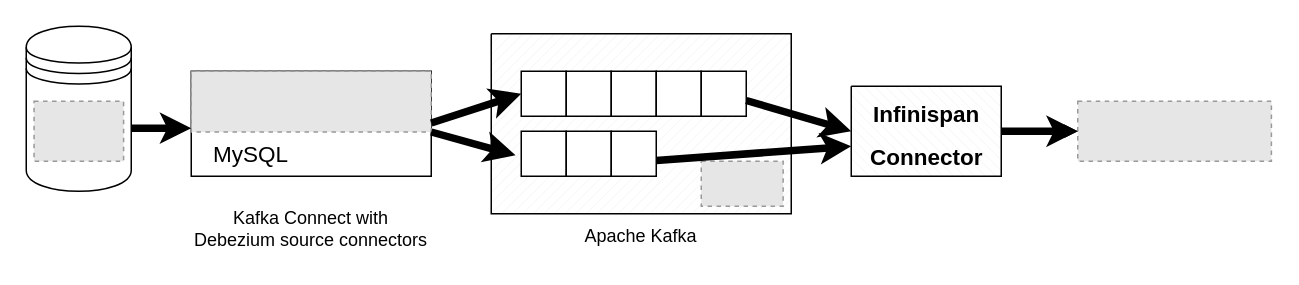
Above: dataPreparationGongshow.drawio in TangYunxuan/DataPreparation (draw.io), before the change. Source tidied: cells renumbered, new cells numbered last; positions are measured from the earlier drawing's top-left corner, leaving out a move shared by most shapes. Both pictures are drawn from the tidied source at 150%, with x=0, y=0 at pixel (26, 26). Pictures stored in the file or linked from it are replaced by grey dashed boxes.
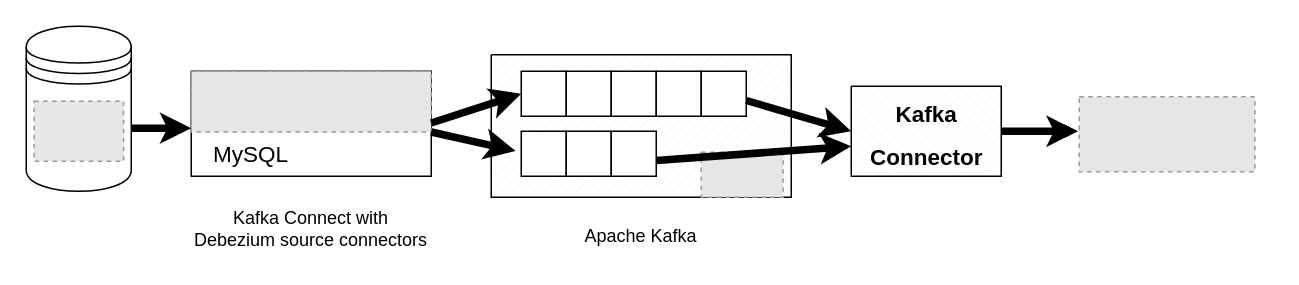
Above is the later version.

Unchanged cells that the change refers to:
```xml
<mxCell id="24" style="verticalLabelPosition=bottom;verticalAlign=top;html=1;shape=mxgraph.basic.patternFillRect;fillStyle=diagRev;step=5;fillStrokeWidth=0.2;fillStrokeColor=#dddddd;" parent="1" vertex="1">
  <mxGeometry x="550" y="40" width="100" height="60" as="geometry" />
</mxCell>
```

Change to the diagram source:
```diff
@@
     <mxCell id="9" style="verticalLabelPosition=bottom;verticalAlign=top;html=1;shape=mxgraph.basic.patternFillRect;fillStyle=diag;step=5;fillStrokeWidth=0.2;fillStrokeColor=#dddddd;" parent="1" vertex="1">
-      <mxGeometry x="310" y="5" width="200" height="120" as="geometry" />
+      <mxGeometry x="310" y="19" width="200" height="95" as="geometry" />
     </mxCell>
     <mxCell id="10" style="fillColor=#E6E6E6;strokeColor=#999999;dashed=1;verticalLabelPosition=bottom;labelBackgroundColor=default;verticalAlign=top;" parent="1" vertex="1">
-      <mxGeometry x="450" y="90" width="54.6" height="30" as="geometry" />
+      <mxGeometry x="450" y="84" width="54.6" height="30" as="geometry" />
     </mxCell>
@@
-    <mxCell id="22" style="fillColor=#E6E6E6;strokeColor=#999999;dashed=1;verticalLabelPosition=bottom;labelBackgroundColor=default;verticalAlign=top;" parent="1" vertex="1">
-      <mxGeometry x="701" y="50" width="129.1" height="40" as="geometry" />
-    </mxCell>
-    <mxCell id="23" style="edgeStyle=orthogonalEdgeStyle;rounded=0;jettySize=auto;html=1;" parent="1" edge="1" source="24" target="22">
-      <mxGeometry relative="1" as="geometry" />
+    <mxCell id="23" style="edgeStyle=orthogonalEdgeStyle;rounded=0;jettySize=auto;html=1;" parent="1" edge="1" source="24">
+      <mxGeometry relative="1" as="geometry">
+        <mxPoint x="701" y="70" as="targetPoint" />
+      </mxGeometry>
     </mxCell>
@@
-    <mxCell id="25" value="&lt;font style=&quot;font-size: 15px;&quot;&gt;Infinispan&lt;/font&gt;&lt;div&gt;&lt;font style=&quot;font-size: 15px;&quot;&gt;Connector&lt;/font&gt;&lt;/div&gt;" style="text;strokeColor=none;fillColor=none;html=1;fontSize=24;fontStyle=1;verticalAlign=middle;align=center;" parent="1" vertex="1">
+    <mxCell id="25" value="&lt;span style=&quot;font-size: 15px;&quot;&gt;Kafka&lt;/span&gt;&lt;br&gt;&lt;div&gt;&lt;font style=&quot;font-size: 15px;&quot;&gt;Connector&lt;/font&gt;&lt;/div&gt;" style="text;strokeColor=none;fillColor=none;html=1;fontSize=24;fontStyle=1;verticalAlign=middle;align=center;" parent="1" vertex="1">
       <mxGeometry x="550" y="50" width="100" height="40" as="geometry" />
     </mxCell>
@@
-    <mxCell id="28" style="endArrow=classic;html=1;rounded=0;endSize=5;startSize=5;jumpSize=5;strokeWidth=5;exitX=1;exitY=0.5;exitDx=0;exitDy=0;entryX=0;entryY=0.5;entryDx=0;entryDy=0;" parent="1" edge="1" source="25" target="22">
-      <mxGeometry relative="1" as="geometry" />
+    <mxCell id="28" style="endArrow=classic;html=1;rounded=0;endSize=5;startSize=5;jumpSize=5;strokeWidth=5;exitX=1;exitY=0.5;exitDx=0;exitDy=0;entryX=0;entryY=0.5;entryDx=0;entryDy=0;" parent="1" edge="1" source="25">
+      <mxGeometry relative="1" as="geometry">
+        <mxPoint x="701" y="70" as="targetPoint" />
+      </mxGeometry>
     </mxCell>
+    <mxCell id="29" style="fillColor=#E6E6E6;strokeColor=#999999;dashed=1;verticalLabelPosition=bottom;labelBackgroundColor=default;verticalAlign=top;" parent="1" vertex="1">
+      <mxGeometry x="702" y="47" width="117.1" height="50" as="geometry" />
+    </mxCell>
```
